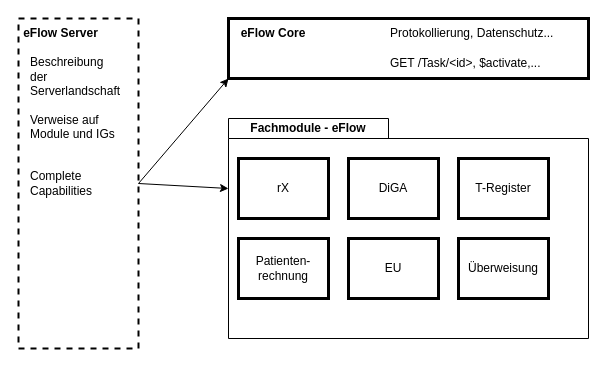
gematik/fhir-igs-workflow keeps this draw.io diagram as igs/server/input/images-source/concept-igs.drawio. Above is the earlier version. Source tidied: cells renumbered, new cells numbered last; positions are measured from the earlier drawing's top-left corner, leaving out a move shared by most shapes. Both pictures are drawn from the tidied source at 100%, with x=0, y=0 at pixel (18, 18).
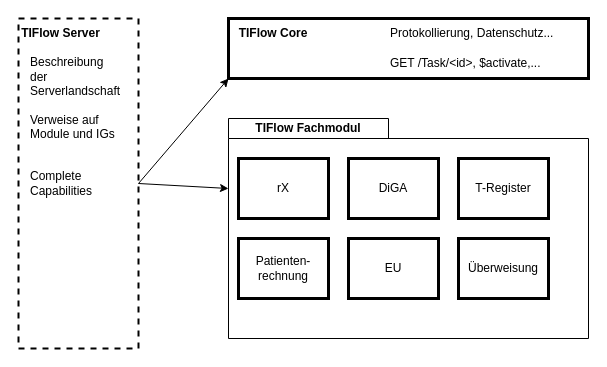
The same page after the edit.

Change to the diagram source:
```diff
@@
-    <mxCell id="2" value="Fachmodule - eFlow" style="shape=folder;fontStyle=1;tabWidth=160;tabHeight=20;tabPosition=left;html=1;boundedLbl=1;labelInHeader=1;whiteSpace=wrap;" parent="1" vertex="1">
+    <mxCell id="2" value="&lt;span style=&quot;color: rgb(0, 0, 0);&quot;&gt;TIFlow Fachmodul&lt;/span&gt;" style="shape=folder;fontStyle=1;tabWidth=160;tabHeight=20;tabPosition=left;html=1;boundedLbl=1;labelInHeader=1;whiteSpace=wrap;" parent="1" vertex="1">
       <mxGeometry x="210" y="100" width="360" height="220" as="geometry" />
     </mxCell>
@@
-    <mxCell id="16" value="eFlow Core" style="text;html=1;whiteSpace=wrap;strokeColor=none;fillColor=none;align=center;verticalAlign=middle;rounded=0;fontStyle=1;" parent="1" vertex="1">
+    <mxCell id="16" value="&lt;span style=&quot;color: rgb(0, 0, 0);&quot;&gt;TIFlow&lt;/span&gt;&amp;nbsp;Core" style="text;html=1;whiteSpace=wrap;strokeColor=none;fillColor=none;align=center;verticalAlign=middle;rounded=0;fontStyle=1;" parent="1" vertex="1">
       <mxGeometry x="220" width="70" height="30" as="geometry" />
     </mxCell>
-    <mxCell id="17" value="eFlow Server" style="text;html=1;whiteSpace=wrap;strokeColor=none;fillColor=none;align=center;verticalAlign=middle;rounded=0;fontStyle=1;" parent="1" vertex="1">
+    <mxCell id="17" value="TIFlow Server" style="text;html=1;whiteSpace=wrap;strokeColor=none;fillColor=none;align=center;verticalAlign=middle;rounded=0;fontStyle=1;" parent="1" vertex="1">
       <mxGeometry width="85" height="30" as="geometry" />
     </mxCell>
```
